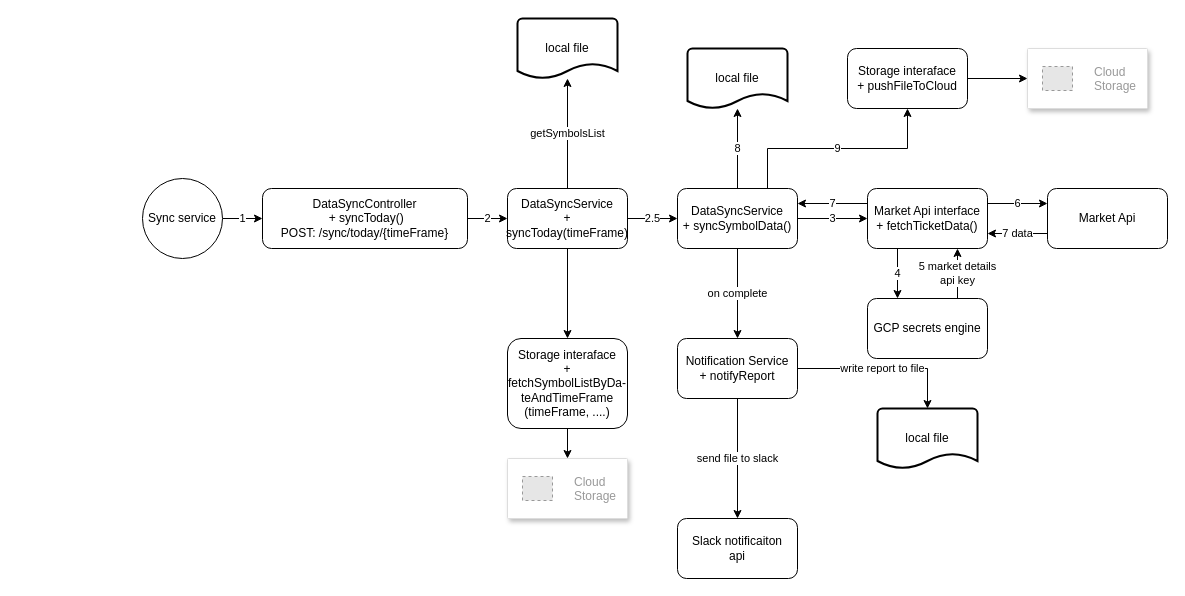
This is page "Page-1" (1 of 2) of MarketDataSyncService.drawio from Rajesh-Khanna/Diagrams, a draw.io file, before an edit. Source tidied: cells renumbered, new cells numbered last; positions are measured from the earlier drawing's top-left corner, leaving out a move shared by most shapes. Both pictures are drawn from the tidied source at 100%, with x=0, y=0 at pixel (142, 18). Pictures stored in the file or linked from it are replaced by grey dashed boxes.
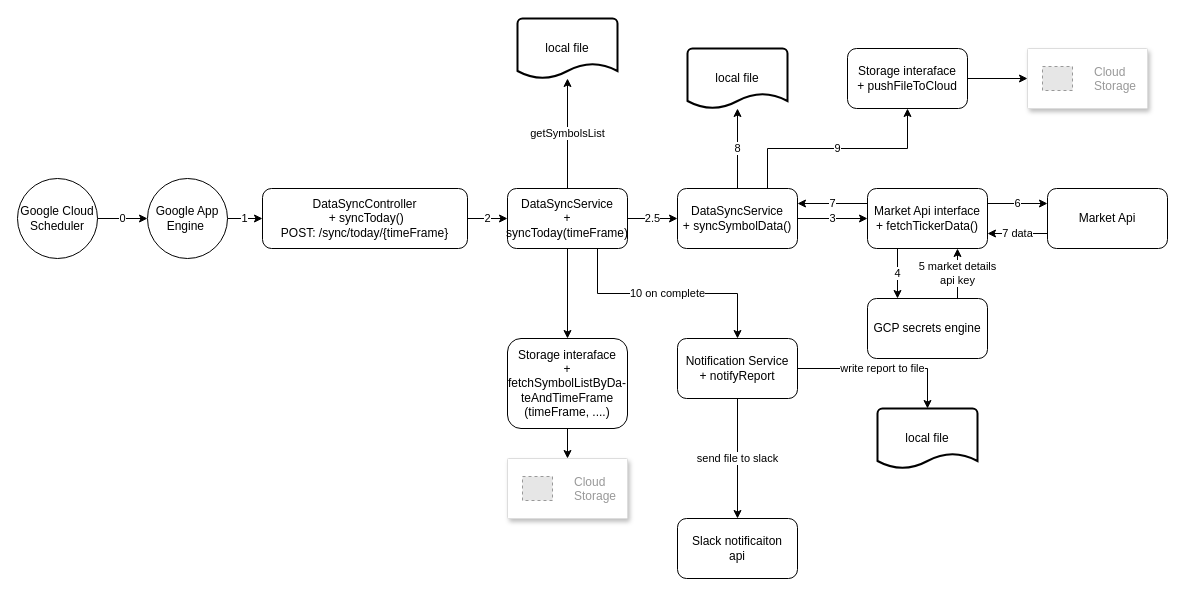
After the change.

Unchanged cells that the change refers to:
```xml
<mxCell id="5" value="DataSyncController&lt;br&gt;&amp;nbsp;+ syncToday()&lt;br&gt;POST: /sync/today/{timeFrame}" style="rounded=1;whiteSpace=wrap;html=1;" parent="1" vertex="1">
  <mxGeometry x="120" y="170" width="205" height="60" as="geometry" />
</mxCell>
<mxCell id="9" value="DataSyncService&lt;br&gt;+ syncSymbolData()" style="rounded=1;whiteSpace=wrap;html=1;" parent="1" vertex="1">
  <mxGeometry x="535" y="170" width="120" height="60" as="geometry" />
</mxCell>
<mxCell id="27" value="Notification Service&lt;br&gt;+ notifyReport" style="rounded=1;whiteSpace=wrap;html=1;" parent="1" vertex="1">
  <mxGeometry x="535" y="320" width="120" height="60" as="geometry" />
</mxCell>
<mxCell id="30" value="DataSyncService&lt;br&gt;+ syncToday(timeFrame)" style="rounded=1;whiteSpace=wrap;html=1;" parent="1" vertex="1">
  <mxGeometry x="365" y="170" width="120" height="60" as="geometry" />
</mxCell>
```

What changed in the source:
```diff
@@
-    <mxCell id="2" value="1" style="edgeStyle=orthogonalEdgeStyle;rounded=0;jettySize=auto;html=1;entryX=0;entryY=0.5;entryDx=0;entryDy=0;" parent="1" edge="1" source="6" target="5">
+    <mxCell id="2" value="1" style="edgeStyle=orthogonalEdgeStyle;rounded=0;jettySize=auto;html=1;entryX=0;entryY=0.5;entryDx=0;entryDy=0;startArrow=none;" parent="1" edge="1" source="39" target="5">
       <mxGeometry relative="1" as="geometry" />
     </mxCell>
@@
+    <mxCell id="38" value="0" style="edgeStyle=orthogonalEdgeStyle;rounded=0;jettySize=auto;html=1;entryX=0;entryY=0.5;entryDx=0;entryDy=0;" parent="1" edge="1" source="6" target="39">
+      <mxGeometry relative="1" as="geometry" />
+    </mxCell>
-    <mxCell id="6" value="Sync service" style="ellipse;whiteSpace=wrap;html=1;" parent="1" vertex="1">
-      <mxGeometry y="160" width="80" height="80" as="geometry" />
+    <mxCell id="6" value="Google Cloud Scheduler" style="ellipse;whiteSpace=wrap;html=1;" parent="1" vertex="1">
+      <mxGeometry x="-125" y="160" width="80" height="80" as="geometry" />
     </mxCell>
@@
-    <mxCell id="8" value="on complete" style="edgeStyle=orthogonalEdgeStyle;rounded=0;jettySize=auto;html=1;entryX=0.5;entryY=0;entryDx=0;entryDy=0;" parent="1" edge="1" source="9" target="27">
+    <mxCell id="8" value="10 on complete" style="edgeStyle=orthogonalEdgeStyle;rounded=0;jettySize=auto;html=1;entryX=0.5;entryY=0;entryDx=0;entryDy=0;exitX=0.75;exitY=1;exitDx=0;exitDy=0;" parent="1" edge="1" source="30" target="27">
       <mxGeometry relative="1" as="geometry" />
     </mxCell>
@@
-    <mxCell id="15" value="Market Api interface&lt;br&gt;+ fetchTicketData()" style="rounded=1;whiteSpace=wrap;html=1;" parent="1" vertex="1">
+    <mxCell id="15" value="Market Api interface&lt;br&gt;+ fetchTickerData()" style="rounded=1;whiteSpace=wrap;html=1;" parent="1" vertex="1">
       <mxGeometry x="725" y="170" width="120" height="60" as="geometry" />
     </mxCell>
@@
+    <mxCell id="39" value="Google App Engine&amp;nbsp;" style="ellipse;whiteSpace=wrap;html=1;" parent="1" vertex="1">
+      <mxGeometry x="5" y="160" width="80" height="80" as="geometry" />
+    </mxCell>
```
